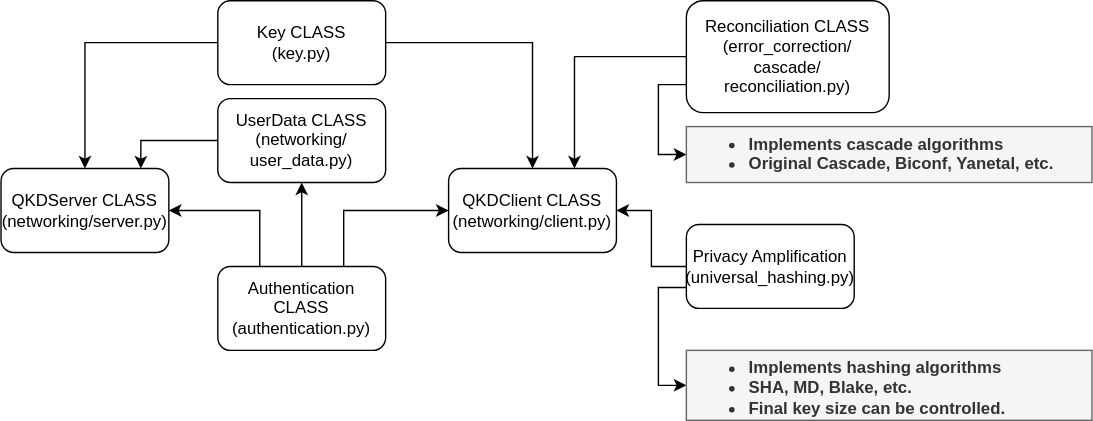
Above: flowcharts/software_classes.svg in timedilatesme/posproc (draw.io), before the change. Source tidied: cells renumbered, new cells last; positions are measured from the earlier drawing's top-left corner, leaving out a move shared by most shapes.
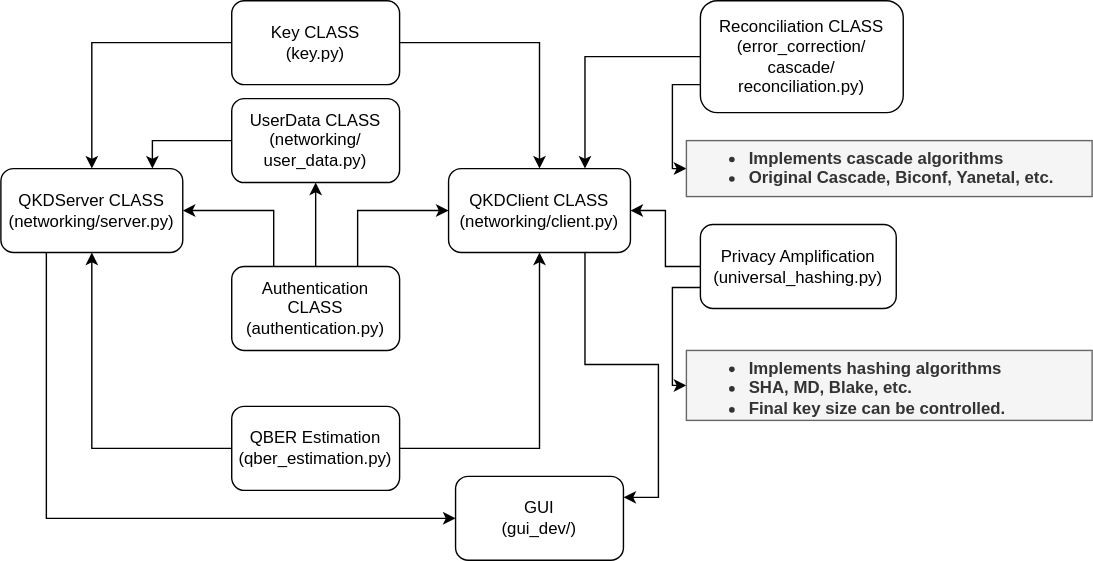
Above is the later version.

The edit, as a diff of the source:
```diff
@@ -2,62 +2,80 @@
   <root>
     <mxCell id="0" />
     <mxCell id="1" parent="0" />
+    <mxCell id="21" style="edgeStyle=orthogonalEdgeStyle;rounded=0;jettySize=auto;html=1;exitX=0.25;exitY=1;exitDx=0;exitDy=0;entryX=0;entryY=0.5;entryDx=0;entryDy=0;fontFamily=Helvetica;" parent="1" edge="1" source="2" target="26">
+      <mxGeometry relative="1" as="geometry" />
+    </mxCell>
-    <mxCell id="2" value="QKDServer CLASS&lt;br&gt;(networking/server.py)" style="rounded=1;whiteSpace=wrap;html=1;" parent="1" vertex="1">
-      <mxGeometry y="120" width="120" height="60" as="geometry" />
+    <mxCell id="2" value="QKDServer CLASS&lt;br&gt;(networking/server.py)" style="rounded=1;whiteSpace=wrap;html=1;fontFamily=Helvetica;" parent="1" vertex="1">
+      <mxGeometry x="-10" y="120" width="130" height="60" as="geometry" />
     </mxCell>
+    <mxCell id="22" style="edgeStyle=orthogonalEdgeStyle;rounded=0;jettySize=auto;html=1;exitX=0.75;exitY=1;exitDx=0;exitDy=0;entryX=1;entryY=0.25;entryDx=0;entryDy=0;fontFamily=Helvetica;" parent="1" edge="1" source="3" target="26">
+      <mxGeometry relative="1" as="geometry" />
+    </mxCell>
-    <mxCell id="3" value="QKDClient CLASS&lt;br&gt;(networking/client.py)" style="rounded=1;whiteSpace=wrap;html=1;" parent="1" vertex="1">
-      <mxGeometry x="320" y="120" width="120" height="60" as="geometry" />
+    <mxCell id="3" value="QKDClient CLASS&lt;br&gt;(networking/client.py)" style="rounded=1;whiteSpace=wrap;html=1;fontFamily=Helvetica;" parent="1" vertex="1">
+      <mxGeometry x="310" y="120" width="130" height="60" as="geometry" />
     </mxCell>
-    <mxCell id="4" style="edgeStyle=orthogonalEdgeStyle;rounded=0;jettySize=auto;html=1;entryX=0.833;entryY=0;entryDx=0;entryDy=0;entryPerimeter=0;" parent="1" edge="1" source="5" target="2">
+    <mxCell id="4" style="edgeStyle=orthogonalEdgeStyle;rounded=0;jettySize=auto;html=1;entryX=0.833;entryY=0;entryDx=0;entryDy=0;entryPerimeter=0;fontFamily=Helvetica;" parent="1" edge="1" source="5" target="2">
       <mxGeometry relative="1" as="geometry" />
     </mxCell>
-    <mxCell id="5" value="UserData CLASS&lt;br&gt;(networking/&lt;br&gt;user_data.py)" style="rounded=1;whiteSpace=wrap;html=1;" parent="1" vertex="1">
+    <mxCell id="5" value="UserData CLASS&lt;br&gt;(networking/&lt;br&gt;user_data.py)" style="rounded=1;whiteSpace=wrap;html=1;fontFamily=Helvetica;" parent="1" vertex="1">
       <mxGeometry x="155" y="70" width="120" height="60" as="geometry" />
     </mxCell>
-    <mxCell id="6" style="edgeStyle=orthogonalEdgeStyle;rounded=0;jettySize=auto;html=1;" parent="1" edge="1" source="8" target="2">
+    <mxCell id="6" style="edgeStyle=orthogonalEdgeStyle;rounded=0;jettySize=auto;html=1;fontFamily=Helvetica;" parent="1" edge="1" source="8" target="2">
       <mxGeometry relative="1" as="geometry" />
     </mxCell>
-    <mxCell id="7" style="edgeStyle=orthogonalEdgeStyle;rounded=0;jettySize=auto;html=1;entryX=0.5;entryY=0;entryDx=0;entryDy=0;" parent="1" edge="1" source="8" target="3">
+    <mxCell id="7" style="edgeStyle=orthogonalEdgeStyle;rounded=0;jettySize=auto;html=1;entryX=0.5;entryY=0;entryDx=0;entryDy=0;fontFamily=Helvetica;" parent="1" edge="1" source="8" target="3">
       <mxGeometry relative="1" as="geometry" />
     </mxCell>
-    <mxCell id="8" value="Key CLASS&lt;br&gt;(key.py)" style="rounded=1;whiteSpace=wrap;html=1;" parent="1" vertex="1">
+    <mxCell id="8" value="Key CLASS&lt;br&gt;(key.py)" style="rounded=1;whiteSpace=wrap;html=1;fontFamily=Helvetica;" parent="1" vertex="1">
       <mxGeometry x="155" width="120" height="60" as="geometry" />
     </mxCell>
-    <mxCell id="9" style="edgeStyle=orthogonalEdgeStyle;rounded=0;jettySize=auto;html=1;" parent="1" edge="1" source="12" target="5">
+    <mxCell id="9" style="edgeStyle=orthogonalEdgeStyle;rounded=0;jettySize=auto;html=1;fontFamily=Helvetica;" parent="1" edge="1" source="12" target="5">
       <mxGeometry relative="1" as="geometry" />
     </mxCell>
-    <mxCell id="10" style="edgeStyle=orthogonalEdgeStyle;rounded=0;jettySize=auto;html=1;exitX=0.25;exitY=0;exitDx=0;exitDy=0;entryX=1;entryY=0.5;entryDx=0;entryDy=0;" parent="1" edge="1" source="12" target="2">
+    <mxCell id="10" style="edgeStyle=orthogonalEdgeStyle;rounded=0;jettySize=auto;html=1;exitX=0.25;exitY=0;exitDx=0;exitDy=0;entryX=1;entryY=0.5;entryDx=0;entryDy=0;fontFamily=Helvetica;" parent="1" edge="1" source="12" target="2">
       <mxGeometry relative="1" as="geometry" />
     </mxCell>
-    <mxCell id="11" style="edgeStyle=orthogonalEdgeStyle;rounded=0;jettySize=auto;html=1;exitX=0.75;exitY=0;exitDx=0;exitDy=0;entryX=0;entryY=0.5;entryDx=0;entryDy=0;" parent="1" edge="1" source="12" target="3">
+    <mxCell id="11" style="edgeStyle=orthogonalEdgeStyle;rounded=0;jettySize=auto;html=1;exitX=0.75;exitY=0;exitDx=0;exitDy=0;entryX=0;entryY=0.5;entryDx=0;entryDy=0;fontFamily=Helvetica;" parent="1" edge="1" source="12" target="3">
       <mxGeometry relative="1" as="geometry" />
     </mxCell>
-    <mxCell id="12" value="Authentication CLASS&lt;br&gt;(authentication.py)" style="rounded=1;whiteSpace=wrap;html=1;" parent="1" vertex="1">
+    <mxCell id="12" value="Authentication CLASS&lt;br&gt;(authentication.py)" style="rounded=1;whiteSpace=wrap;html=1;fontFamily=Helvetica;" parent="1" vertex="1">
       <mxGeometry x="155" y="190" width="120" height="60" as="geometry" />
     </mxCell>
-    <mxCell id="13" style="edgeStyle=orthogonalEdgeStyle;rounded=0;jettySize=auto;html=1;entryX=0.75;entryY=0;entryDx=0;entryDy=0;" parent="1" edge="1" source="15" target="3">
+    <mxCell id="13" style="edgeStyle=orthogonalEdgeStyle;rounded=0;jettySize=auto;html=1;entryX=0.75;entryY=0;entryDx=0;entryDy=0;fontFamily=Helvetica;" parent="1" edge="1" source="15" target="3">
       <mxGeometry relative="1" as="geometry" />
     </mxCell>
-    <mxCell id="14" style="edgeStyle=orthogonalEdgeStyle;rounded=0;jettySize=auto;html=1;exitX=0;exitY=0.75;exitDx=0;exitDy=0;entryX=0;entryY=0.5;entryDx=0;entryDy=0;fontSize=12;" parent="1" edge="1" source="15" target="16">
+    <mxCell id="14" style="edgeStyle=orthogonalEdgeStyle;rounded=0;jettySize=auto;html=1;exitX=0;exitY=0.75;exitDx=0;exitDy=0;entryX=0;entryY=0.5;entryDx=0;entryDy=0;fontSize=12;fontFamily=Helvetica;" parent="1" edge="1" source="15" target="16">
       <mxGeometry relative="1" as="geometry" />
     </mxCell>
-    <mxCell id="15" value="Reconciliation CLASS&lt;br&gt;(error_correction/&lt;br&gt;cascade/&lt;br&gt;reconciliation.py)" style="rounded=1;whiteSpace=wrap;html=1;" parent="1" vertex="1">
+    <mxCell id="15" value="Reconciliation CLASS&lt;br&gt;(error_correction/&lt;br&gt;cascade/&lt;br&gt;reconciliation.py)" style="rounded=1;whiteSpace=wrap;html=1;fontFamily=Helvetica;" parent="1" vertex="1">
       <mxGeometry x="490" width="145" height="80" as="geometry" />
     </mxCell>
-    <mxCell id="16" value="&lt;h1&gt;&lt;ul style=&quot;font-size: 12px&quot;&gt;&lt;li&gt;Implements cascade algorithms&lt;/li&gt;&lt;li&gt;Original Cascade, Biconf, Yanetal, etc.&lt;/li&gt;&lt;/ul&gt;&lt;/h1&gt;" style="text;html=1;spacing=5;spacingTop=-20;whiteSpace=wrap;overflow=hidden;rounded=0;fillColor=#f5f5f5;fontColor=#333333;strokeColor=#666666;" parent="1" vertex="1">
-      <mxGeometry x="490" y="90" width="290" height="40" as="geometry" />
+    <mxCell id="16" value="&lt;h1&gt;&lt;ul style=&quot;font-size: 12px&quot;&gt;&lt;li&gt;Implements cascade algorithms&lt;/li&gt;&lt;li&gt;Original Cascade, Biconf, Yanetal, etc.&lt;/li&gt;&lt;/ul&gt;&lt;/h1&gt;" style="text;html=1;spacing=5;spacingTop=-20;whiteSpace=wrap;overflow=hidden;rounded=0;fillColor=#f5f5f5;fontColor=#333333;strokeColor=#666666;fontFamily=Helvetica;" parent="1" vertex="1">
+      <mxGeometry x="480" y="100" width="290" height="40" as="geometry" />
     </mxCell>
-    <mxCell id="17" style="edgeStyle=orthogonalEdgeStyle;rounded=0;jettySize=auto;html=1;entryX=1;entryY=0.5;entryDx=0;entryDy=0;fontSize=12;" parent="1" edge="1" source="19" target="3">
+    <mxCell id="17" style="edgeStyle=orthogonalEdgeStyle;rounded=0;jettySize=auto;html=1;entryX=1;entryY=0.5;entryDx=0;entryDy=0;fontSize=12;fontFamily=Helvetica;" parent="1" edge="1" source="19" target="3">
       <mxGeometry relative="1" as="geometry" />
     </mxCell>
-    <mxCell id="18" style="edgeStyle=orthogonalEdgeStyle;rounded=0;jettySize=auto;html=1;exitX=0;exitY=0.75;exitDx=0;exitDy=0;entryX=0;entryY=0.5;entryDx=0;entryDy=0;fontSize=12;" parent="1" edge="1" source="19" target="20">
+    <mxCell id="18" style="edgeStyle=orthogonalEdgeStyle;rounded=0;jettySize=auto;html=1;exitX=0;exitY=0.75;exitDx=0;exitDy=0;entryX=0;entryY=0.5;entryDx=0;entryDy=0;fontSize=12;fontFamily=Helvetica;" parent="1" edge="1" source="19" target="20">
       <mxGeometry relative="1" as="geometry" />
     </mxCell>
-    <mxCell id="19" value="Privacy Amplification&lt;br&gt;(universal_hashing.py)" style="rounded=1;whiteSpace=wrap;html=1;fontSize=12;" parent="1" vertex="1">
-      <mxGeometry x="490" y="160" width="120" height="60" as="geometry" />
+    <mxCell id="19" value="Privacy Amplification&lt;br&gt;(universal_hashing.py)" style="rounded=1;whiteSpace=wrap;html=1;fontSize=12;fontFamily=Helvetica;" parent="1" vertex="1">
+      <mxGeometry x="490" y="160" width="140" height="60" as="geometry" />
     </mxCell>
-    <mxCell id="20" value="&lt;h1&gt;&lt;ul style=&quot;font-size: 12px&quot;&gt;&lt;li&gt;Implements hashing algorithms&lt;/li&gt;&lt;li&gt;SHA, MD, Blake, etc.&lt;/li&gt;&lt;li&gt;Final key size can be controlled.&lt;/li&gt;&lt;/ul&gt;&lt;/h1&gt;" style="text;html=1;spacing=5;spacingTop=-20;whiteSpace=wrap;overflow=hidden;rounded=0;fillColor=#f5f5f5;fontColor=#333333;strokeColor=#666666;" parent="1" vertex="1">
-      <mxGeometry x="490" y="250" width="290" height="50" as="geometry" />
+    <mxCell id="20" value="&lt;h1&gt;&lt;ul style=&quot;font-size: 12px&quot;&gt;&lt;li&gt;Implements hashing algorithms&lt;/li&gt;&lt;li&gt;SHA, MD, Blake, etc.&lt;/li&gt;&lt;li&gt;Final key size can be controlled.&lt;/li&gt;&lt;/ul&gt;&lt;/h1&gt;" style="text;html=1;spacing=5;spacingTop=-20;whiteSpace=wrap;overflow=hidden;rounded=0;fillColor=#f5f5f5;fontColor=#333333;strokeColor=#666666;fontFamily=Helvetica;" parent="1" vertex="1">
+      <mxGeometry x="480" y="250" width="290" height="50" as="geometry" />
     </mxCell>
+    <mxCell id="23" style="edgeStyle=orthogonalEdgeStyle;rounded=0;jettySize=auto;html=1;fontFamily=Helvetica;" parent="1" edge="1" source="25" target="2">
+      <mxGeometry relative="1" as="geometry" />
+    </mxCell>
+    <mxCell id="24" style="edgeStyle=orthogonalEdgeStyle;rounded=0;jettySize=auto;html=1;fontFamily=Helvetica;" parent="1" edge="1" source="25" target="3">
+      <mxGeometry relative="1" as="geometry" />
+    </mxCell>
+    <mxCell id="25" value="QBER Estimation&lt;br&gt;(qber_estimation.py)" style="rounded=1;whiteSpace=wrap;html=1;fontFamily=Helvetica;" parent="1" vertex="1">
+      <mxGeometry x="155" y="290" width="120" height="60" as="geometry" />
+    </mxCell>
+    <mxCell id="26" value="GUI&lt;br&gt;(gui_dev/)" style="rounded=1;whiteSpace=wrap;html=1;fontFamily=Helvetica;" parent="1" vertex="1">
+      <mxGeometry x="315" y="340" width="120" height="60" as="geometry" />
+    </mxCell>
   </root>
 </mxGraphModel>
```
